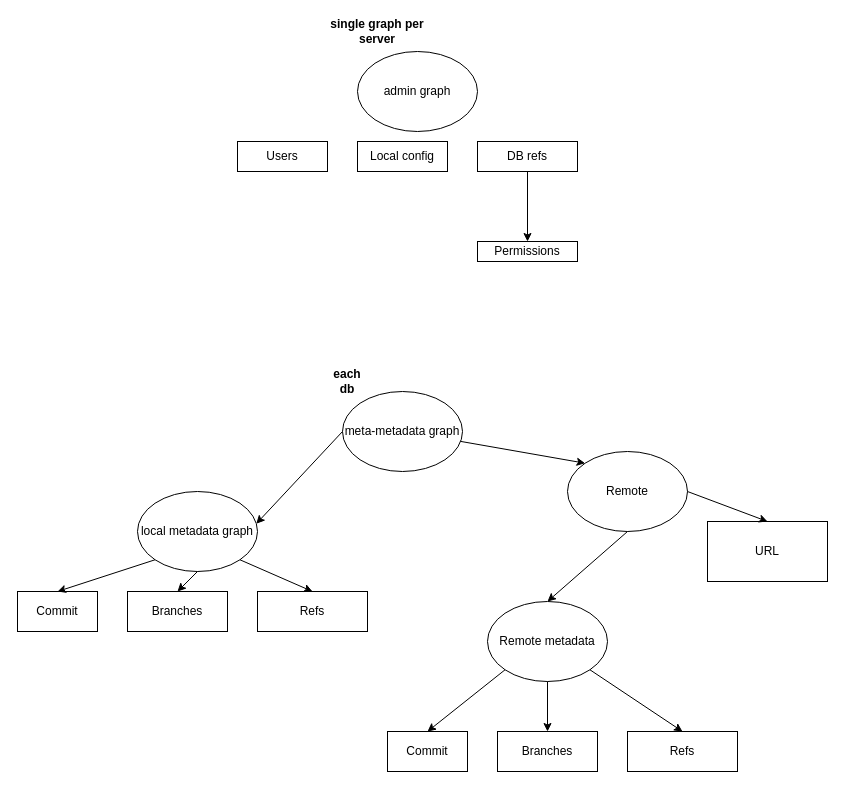
Above: docs/architectural-diagrams/System_Architecture_Graphs.drawio in terminusdb/terminusdb (draw.io), before the change. Source tidied: cells renumbered, new cells numbered last; positions are measured from the earlier drawing's top-left corner, leaving out a move shared by most shapes. Both pictures are drawn from the tidied source at 100%, with x=0, y=0 at pixel (17, 21).
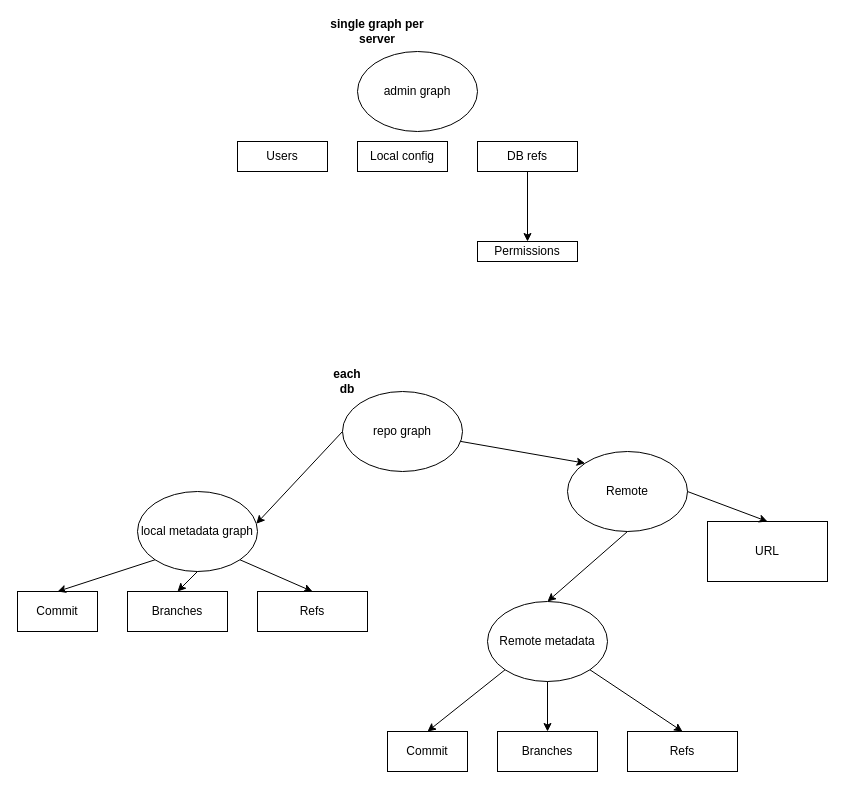
The same page after the edit.

Commit message:
Update System_Architecture_Graphs.drawio: change name to repo graph

What changed in the source:
```diff
@@
-    <mxCell id="9" value="meta-metadata graph" style="ellipse;whiteSpace=wrap;html=1;" parent="1" vertex="1">
+    <mxCell id="9" value="repo graph" style="ellipse;whiteSpace=wrap;html=1;" parent="1" vertex="1">
       <mxGeometry x="325" y="370" width="120" height="80" as="geometry" />
     </mxCell>
```
